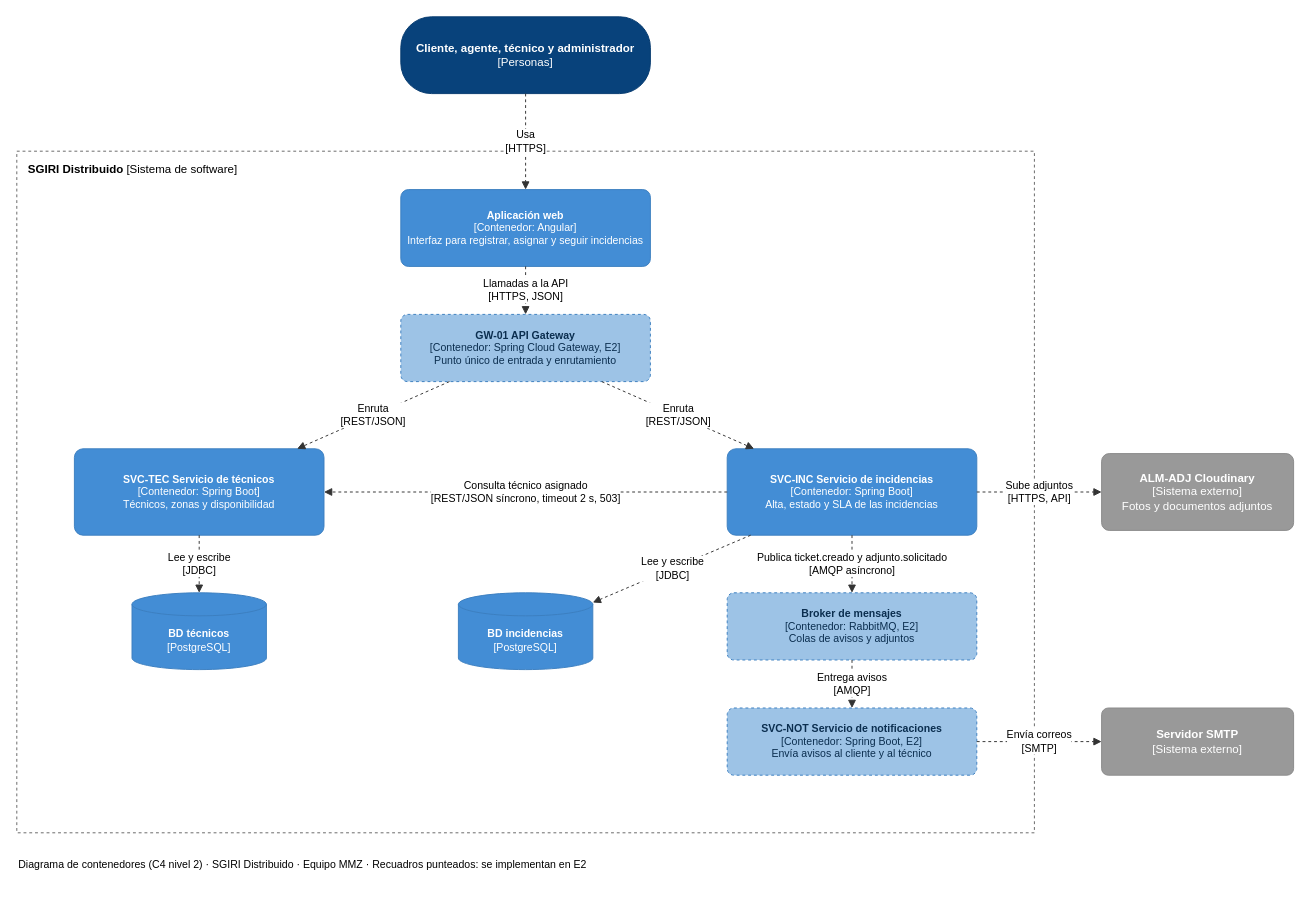
This is docs/diagramas/C4-nivel-2-SGIRI.drawio from Amendozab5/sgiri-distribuido, a draw.io file, before an edit. Source tidied: cells renumbered, new cells numbered last; positions are measured from the earlier drawing's top-left corner, leaving out a move shared by most shapes. Both pictures are drawn from the tidied source at 96%, with x=0, y=0 at pixel (16, 16).
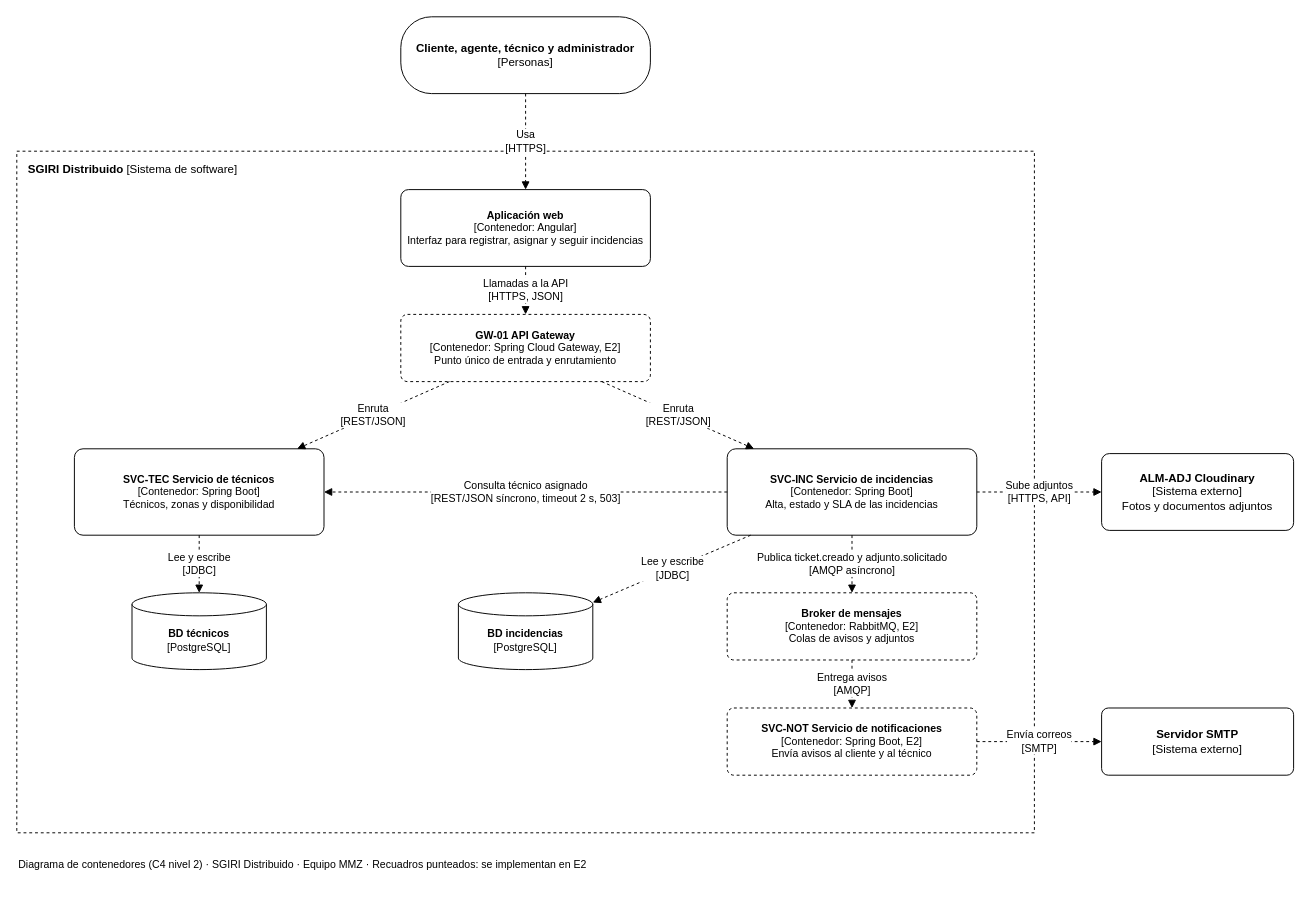
The same diagram, later.

Commit message (it also covers changes not shown here):
Agrega servicio de identidad al C4 nivel 2

What changed in the source:
```diff
@@
-    <mxCell id="2" style="rounded=0;whiteSpace=wrap;html=1;fillColor=none;dashed=1;strokeColor=#666666;" parent="1" vertex="1">
+    <mxCell id="2" style="rounded=0;whiteSpace=wrap;html=1;dashed=1;" parent="1" vertex="1">
       <mxGeometry y="140" width="1060" height="710" as="geometry" />
     </mxCell>
@@
-    <mxCell id="4" value="&lt;b&gt;Cliente, agente, técnico y administrador&lt;/b&gt;&lt;br&gt;[Personas]" style="rounded=1;whiteSpace=wrap;html=1;fillColor=#08427B;fontColor=#ffffff;strokeColor=#073B6F;fontSize=12;arcSize=40;" parent="1" vertex="1">
+    <mxCell id="4" value="&lt;b&gt;Cliente, agente, técnico y administrador&lt;/b&gt;&lt;br&gt;[Personas]" style="rounded=1;whiteSpace=wrap;html=1;fontSize=12;arcSize=40;" parent="1" vertex="1">
       <mxGeometry x="400" width="260" height="80" as="geometry" />
     </mxCell>
-    <mxCell id="5" value="&lt;b&gt;Aplicación web&lt;/b&gt;&lt;br&gt;[Contenedor: Angular]&lt;br&gt;Interfaz para registrar, asignar y seguir incidencias" style="rounded=1;whiteSpace=wrap;html=1;fillColor=#438DD5;fontColor=#ffffff;strokeColor=#3C7FC0;fontSize=11;arcSize=10;" parent="1" vertex="1">
+    <mxCell id="5" value="&lt;b&gt;Aplicación web&lt;/b&gt;&lt;br&gt;[Contenedor: Angular]&lt;br&gt;Interfaz para registrar, asignar y seguir incidencias" style="rounded=1;whiteSpace=wrap;html=1;fontSize=11;arcSize=10;" parent="1" vertex="1">
       <mxGeometry x="400" y="180" width="260" height="80" as="geometry" />
     </mxCell>
-    <mxCell id="6" value="&lt;b&gt;GW-01 API Gateway&lt;/b&gt;&lt;br&gt;[Contenedor: Spring Cloud Gateway, E2]&lt;br&gt;Punto único de entrada y enrutamiento" style="rounded=1;whiteSpace=wrap;html=1;fillColor=#9DC3E6;fontColor=#0B2E4F;strokeColor=#3C7FC0;dashed=1;fontSize=11;arcSize=10;" parent="1" vertex="1">
+    <mxCell id="6" value="&lt;b&gt;GW-01 API Gateway&lt;/b&gt;&lt;br&gt;[Contenedor: Spring Cloud Gateway, E2]&lt;br&gt;Punto único de entrada y enrutamiento" style="rounded=1;whiteSpace=wrap;html=1;dashed=1;fontSize=11;arcSize=10;" parent="1" vertex="1">
       <mxGeometry x="400" y="310" width="260" height="70" as="geometry" />
     </mxCell>
-    <mxCell id="7" value="&lt;b&gt;SVC-INC Servicio de incidencias&lt;/b&gt;&lt;br&gt;[Contenedor: Spring Boot]&lt;br&gt;Alta, estado y SLA de las incidencias" style="rounded=1;whiteSpace=wrap;html=1;fillColor=#438DD5;fontColor=#ffffff;strokeColor=#3C7FC0;fontSize=11;arcSize=10;" parent="1" vertex="1">
+    <mxCell id="7" value="&lt;b&gt;SVC-INC Servicio de incidencias&lt;/b&gt;&lt;br&gt;[Contenedor: Spring Boot]&lt;br&gt;Alta, estado y SLA de las incidencias" style="rounded=1;whiteSpace=wrap;html=1;fontSize=11;arcSize=10;" parent="1" vertex="1">
       <mxGeometry x="740" y="450" width="260" height="90" as="geometry" />
     </mxCell>
-    <mxCell id="8" value="&lt;b&gt;SVC-TEC Servicio de técnicos&lt;/b&gt;&lt;br&gt;[Contenedor: Spring Boot]&lt;br&gt;Técnicos, zonas y disponibilidad" style="rounded=1;whiteSpace=wrap;html=1;fillColor=#438DD5;fontColor=#ffffff;strokeColor=#3C7FC0;fontSize=11;arcSize=10;" parent="1" vertex="1">
+    <mxCell id="8" value="&lt;b&gt;SVC-TEC Servicio de técnicos&lt;/b&gt;&lt;br&gt;[Contenedor: Spring Boot]&lt;br&gt;Técnicos, zonas y disponibilidad" style="rounded=1;whiteSpace=wrap;html=1;fontSize=11;arcSize=10;" parent="1" vertex="1">
       <mxGeometry x="60" y="450" width="260" height="90" as="geometry" />
     </mxCell>
-    <mxCell id="9" value="&lt;b&gt;Broker de mensajes&lt;/b&gt;&lt;br&gt;[Contenedor: RabbitMQ, E2]&lt;br&gt;Colas de avisos y adjuntos" style="rounded=1;whiteSpace=wrap;html=1;fillColor=#9DC3E6;fontColor=#0B2E4F;strokeColor=#3C7FC0;dashed=1;fontSize=11;arcSize=10;" parent="1" vertex="1">
+    <mxCell id="9" value="&lt;b&gt;Broker de mensajes&lt;/b&gt;&lt;br&gt;[Contenedor: RabbitMQ, E2]&lt;br&gt;Colas de avisos y adjuntos" style="rounded=1;whiteSpace=wrap;html=1;dashed=1;fontSize=11;arcSize=10;" parent="1" vertex="1">
       <mxGeometry x="740" y="600" width="260" height="70" as="geometry" />
     </mxCell>
-    <mxCell id="10" value="&lt;b&gt;SVC-NOT Servicio de notificaciones&lt;/b&gt;&lt;br&gt;[Contenedor: Spring Boot, E2]&lt;br&gt;Envía avisos al cliente y al técnico" style="rounded=1;whiteSpace=wrap;html=1;fillColor=#9DC3E6;fontColor=#0B2E4F;strokeColor=#3C7FC0;dashed=1;fontSize=11;arcSize=10;" parent="1" vertex="1">
+    <mxCell id="10" value="&lt;b&gt;SVC-NOT Servicio de notificaciones&lt;/b&gt;&lt;br&gt;[Contenedor: Spring Boot, E2]&lt;br&gt;Envía avisos al cliente y al técnico" style="rounded=1;whiteSpace=wrap;html=1;dashed=1;fontSize=11;arcSize=10;" parent="1" vertex="1">
       <mxGeometry x="740" y="720" width="260" height="70" as="geometry" />
     </mxCell>
-    <mxCell id="11" value="&lt;b&gt;BD incidencias&lt;/b&gt;&lt;br&gt;[PostgreSQL]" style="shape=cylinder3;whiteSpace=wrap;html=1;boundedLbl=1;size=12;fillColor=#438DD5;fontColor=#ffffff;strokeColor=#3C7FC0;fontSize=11;" parent="1" vertex="1">
+    <mxCell id="11" value="&lt;b&gt;BD incidencias&lt;/b&gt;&lt;br&gt;[PostgreSQL]" style="shape=cylinder3;whiteSpace=wrap;html=1;boundedLbl=1;size=12;fontSize=11;" parent="1" vertex="1">
       <mxGeometry x="460" y="600" width="140" height="80" as="geometry" />
     </mxCell>
-    <mxCell id="12" value="&lt;b&gt;BD técnicos&lt;/b&gt;&lt;br&gt;[PostgreSQL]" style="shape=cylinder3;whiteSpace=wrap;html=1;boundedLbl=1;size=12;fillColor=#438DD5;fontColor=#ffffff;strokeColor=#3C7FC0;fontSize=11;" parent="1" vertex="1">
+    <mxCell id="12" value="&lt;b&gt;BD técnicos&lt;/b&gt;&lt;br&gt;[PostgreSQL]" style="shape=cylinder3;whiteSpace=wrap;html=1;boundedLbl=1;size=12;fontSize=11;" parent="1" vertex="1">
       <mxGeometry x="120" y="600" width="140" height="80" as="geometry" />
     </mxCell>
-    <mxCell id="13" value="&lt;b&gt;ALM-ADJ Cloudinary&lt;/b&gt;&lt;br&gt;[Sistema externo]&lt;br&gt;Fotos y documentos adjuntos" style="rounded=1;whiteSpace=wrap;html=1;fillColor=#999999;fontColor=#ffffff;strokeColor=#8A8A8A;fontSize=12;arcSize=10;" parent="1" vertex="1">
+    <mxCell id="13" value="&lt;b&gt;ALM-ADJ Cloudinary&lt;/b&gt;&lt;br&gt;[Sistema externo]&lt;br&gt;Fotos y documentos adjuntos" style="rounded=1;whiteSpace=wrap;html=1;fontSize=12;arcSize=10;" parent="1" vertex="1">
       <mxGeometry x="1130" y="455" width="200" height="80" as="geometry" />
     </mxCell>
-    <mxCell id="14" value="&lt;b&gt;Servidor SMTP&lt;/b&gt;&lt;br&gt;[Sistema externo]" style="rounded=1;whiteSpace=wrap;html=1;fillColor=#999999;fontColor=#ffffff;strokeColor=#8A8A8A;fontSize=12;arcSize=10;" parent="1" vertex="1">
+    <mxCell id="14" value="&lt;b&gt;Servidor SMTP&lt;/b&gt;&lt;br&gt;[Sistema externo]" style="rounded=1;whiteSpace=wrap;html=1;fontSize=12;arcSize=10;" parent="1" vertex="1">
       <mxGeometry x="1130" y="720" width="200" height="70" as="geometry" />
     </mxCell>
-    <mxCell id="15" value="Usa&lt;br&gt;[HTTPS]" style="endArrow=block;endFill=1;html=1;dashed=1;strokeColor=#333333;fontSize=11;labelBackgroundColor=#ffffff;" parent="1" edge="1" source="4" target="5">
+    <mxCell id="15" value="Usa&lt;br&gt;[HTTPS]" style="endArrow=block;endFill=1;html=1;dashed=1;fontSize=11;labelBackgroundColor=#ffffff;" parent="1" edge="1" source="4" target="5">
       <mxGeometry relative="1" as="geometry" />
     </mxCell>
-    <mxCell id="16" value="Llamadas a la API&lt;br&gt;[HTTPS, JSON]" style="endArrow=block;endFill=1;html=1;dashed=1;strokeColor=#333333;fontSize=11;labelBackgroundColor=#ffffff;" parent="1" edge="1" source="5" target="6">
+    <mxCell id="16" value="Llamadas a la API&lt;br&gt;[HTTPS, JSON]" style="endArrow=block;endFill=1;html=1;dashed=1;fontSize=11;labelBackgroundColor=#ffffff;" parent="1" edge="1" source="5" target="6">
       <mxGeometry relative="1" as="geometry" />
     </mxCell>
-    <mxCell id="17" value="Enruta&lt;br&gt;[REST/JSON]" style="endArrow=block;endFill=1;html=1;dashed=1;strokeColor=#333333;fontSize=11;labelBackgroundColor=#ffffff;" parent="1" edge="1" source="6" target="7">
+    <mxCell id="17" value="Enruta&lt;br&gt;[REST/JSON]" style="endArrow=block;endFill=1;html=1;dashed=1;fontSize=11;labelBackgroundColor=#ffffff;" parent="1" edge="1" source="6" target="7">
       <mxGeometry relative="1" as="geometry" />
     </mxCell>
-    <mxCell id="18" value="Enruta&lt;br&gt;[REST/JSON]" style="endArrow=block;endFill=1;html=1;dashed=1;strokeColor=#333333;fontSize=11;labelBackgroundColor=#ffffff;" parent="1" edge="1" source="6" target="8">
+    <mxCell id="18" value="Enruta&lt;br&gt;[REST/JSON]" style="endArrow=block;endFill=1;html=1;dashed=1;fontSize=11;labelBackgroundColor=#ffffff;" parent="1" edge="1" source="6" target="8">
       <mxGeometry relative="1" as="geometry" />
     </mxCell>
-    <mxCell id="19" value="Consulta técnico asignado&lt;br&gt;[REST/JSON síncrono, timeout 2 s, 503]" style="endArrow=block;endFill=1;html=1;dashed=1;strokeColor=#333333;fontSize=11;labelBackgroundColor=#ffffff;" parent="1" edge="1" source="7" target="8">
+    <mxCell id="19" value="Consulta técnico asignado&lt;br&gt;[REST/JSON síncrono, timeout 2 s, 503]" style="endArrow=block;endFill=1;html=1;dashed=1;fontSize=11;labelBackgroundColor=#ffffff;" parent="1" edge="1" source="7" target="8">
       <mxGeometry relative="1" as="geometry" />
     </mxCell>
-    <mxCell id="20" value="Publica ticket.creado y adjunto.solicitado&lt;br&gt;[AMQP asíncrono]" style="endArrow=block;endFill=1;html=1;dashed=1;strokeColor=#333333;fontSize=11;labelBackgroundColor=#ffffff;" parent="1" edge="1" source="7" target="9">
+    <mxCell id="20" value="Publica ticket.creado y adjunto.solicitado&lt;br&gt;[AMQP asíncrono]" style="endArrow=block;endFill=1;html=1;dashed=1;fontSize=11;labelBackgroundColor=#ffffff;" parent="1" edge="1" source="7" target="9">
       <mxGeometry relative="1" as="geometry" />
     </mxCell>
-    <mxCell id="21" value="Entrega avisos&lt;br&gt;[AMQP]" style="endArrow=block;endFill=1;html=1;dashed=1;strokeColor=#333333;fontSize=11;labelBackgroundColor=#ffffff;" parent="1" edge="1" source="9" target="10">
+    <mxCell id="21" value="Entrega avisos&lt;br&gt;[AMQP]" style="endArrow=block;endFill=1;html=1;dashed=1;fontSize=11;labelBackgroundColor=#ffffff;" parent="1" edge="1" source="9" target="10">
       <mxGeometry relative="1" as="geometry" />
     </mxCell>
-    <mxCell id="22" value="Lee y escribe&lt;br&gt;[JDBC]" style="endArrow=block;endFill=1;html=1;dashed=1;strokeColor=#333333;fontSize=11;labelBackgroundColor=#ffffff;" parent="1" edge="1" source="7" target="11">
+    <mxCell id="22" value="Lee y escribe&lt;br&gt;[JDBC]" style="endArrow=block;endFill=1;html=1;dashed=1;fontSize=11;labelBackgroundColor=#ffffff;" parent="1" edge="1" source="7" target="11">
       <mxGeometry relative="1" as="geometry" />
     </mxCell>
-    <mxCell id="23" value="Lee y escribe&lt;br&gt;[JDBC]" style="endArrow=block;endFill=1;html=1;dashed=1;strokeColor=#333333;fontSize=11;labelBackgroundColor=#ffffff;" parent="1" edge="1" source="8" target="12">
+    <mxCell id="23" value="Lee y escribe&lt;br&gt;[JDBC]" style="endArrow=block;endFill=1;html=1;dashed=1;fontSize=11;labelBackgroundColor=#ffffff;" parent="1" edge="1" source="8" target="12">
       <mxGeometry relative="1" as="geometry" />
     </mxCell>
-    <mxCell id="24" value="Sube adjuntos&lt;br&gt;[HTTPS, API]" style="endArrow=block;endFill=1;html=1;dashed=1;strokeColor=#333333;fontSize=11;labelBackgroundColor=#ffffff;" parent="1" edge="1" source="7" target="13">
+    <mxCell id="24" value="Sube adjuntos&lt;br&gt;[HTTPS, API]" style="endArrow=block;endFill=1;html=1;dashed=1;fontSize=11;labelBackgroundColor=#ffffff;" parent="1" edge="1" source="7" target="13">
       <mxGeometry relative="1" as="geometry" />
     </mxCell>
-    <mxCell id="25" value="Envía correos&lt;br&gt;[SMTP]" style="endArrow=block;endFill=1;html=1;dashed=1;strokeColor=#333333;fontSize=11;labelBackgroundColor=#ffffff;" parent="1" edge="1" source="10" target="14">
+    <mxCell id="25" value="Envía correos&lt;br&gt;[SMTP]" style="endArrow=block;endFill=1;html=1;dashed=1;fontSize=11;labelBackgroundColor=#ffffff;" parent="1" edge="1" source="10" target="14">
       <mxGeometry relative="1" as="geometry" />
     </mxCell>
```
